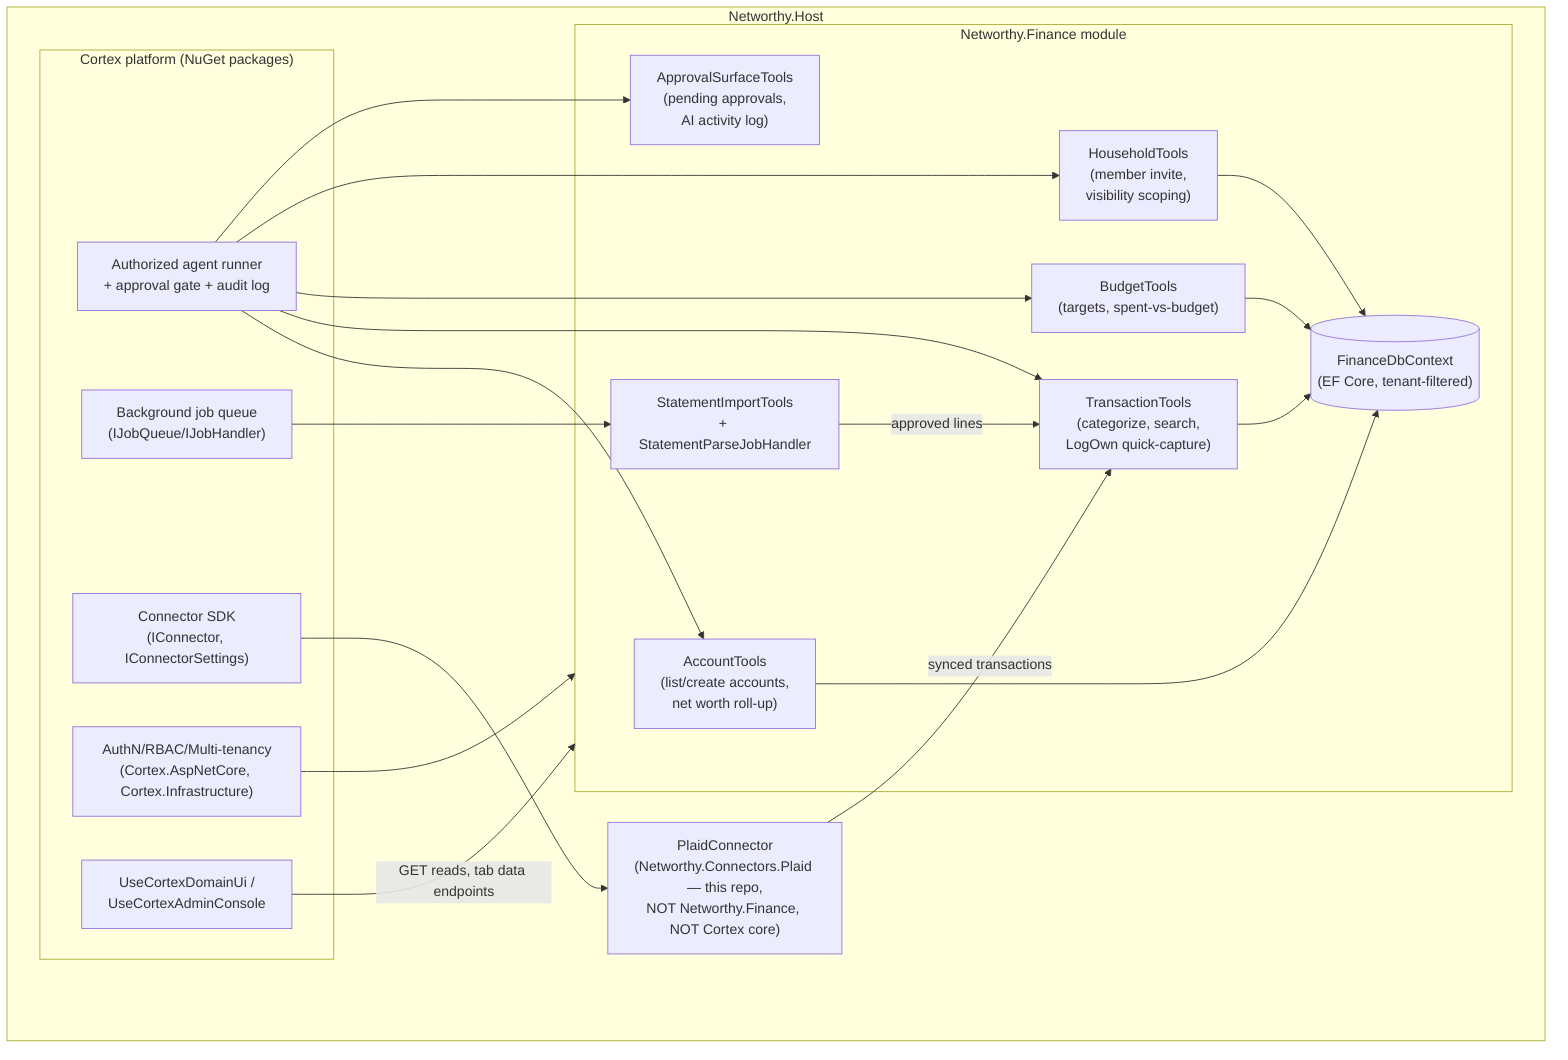
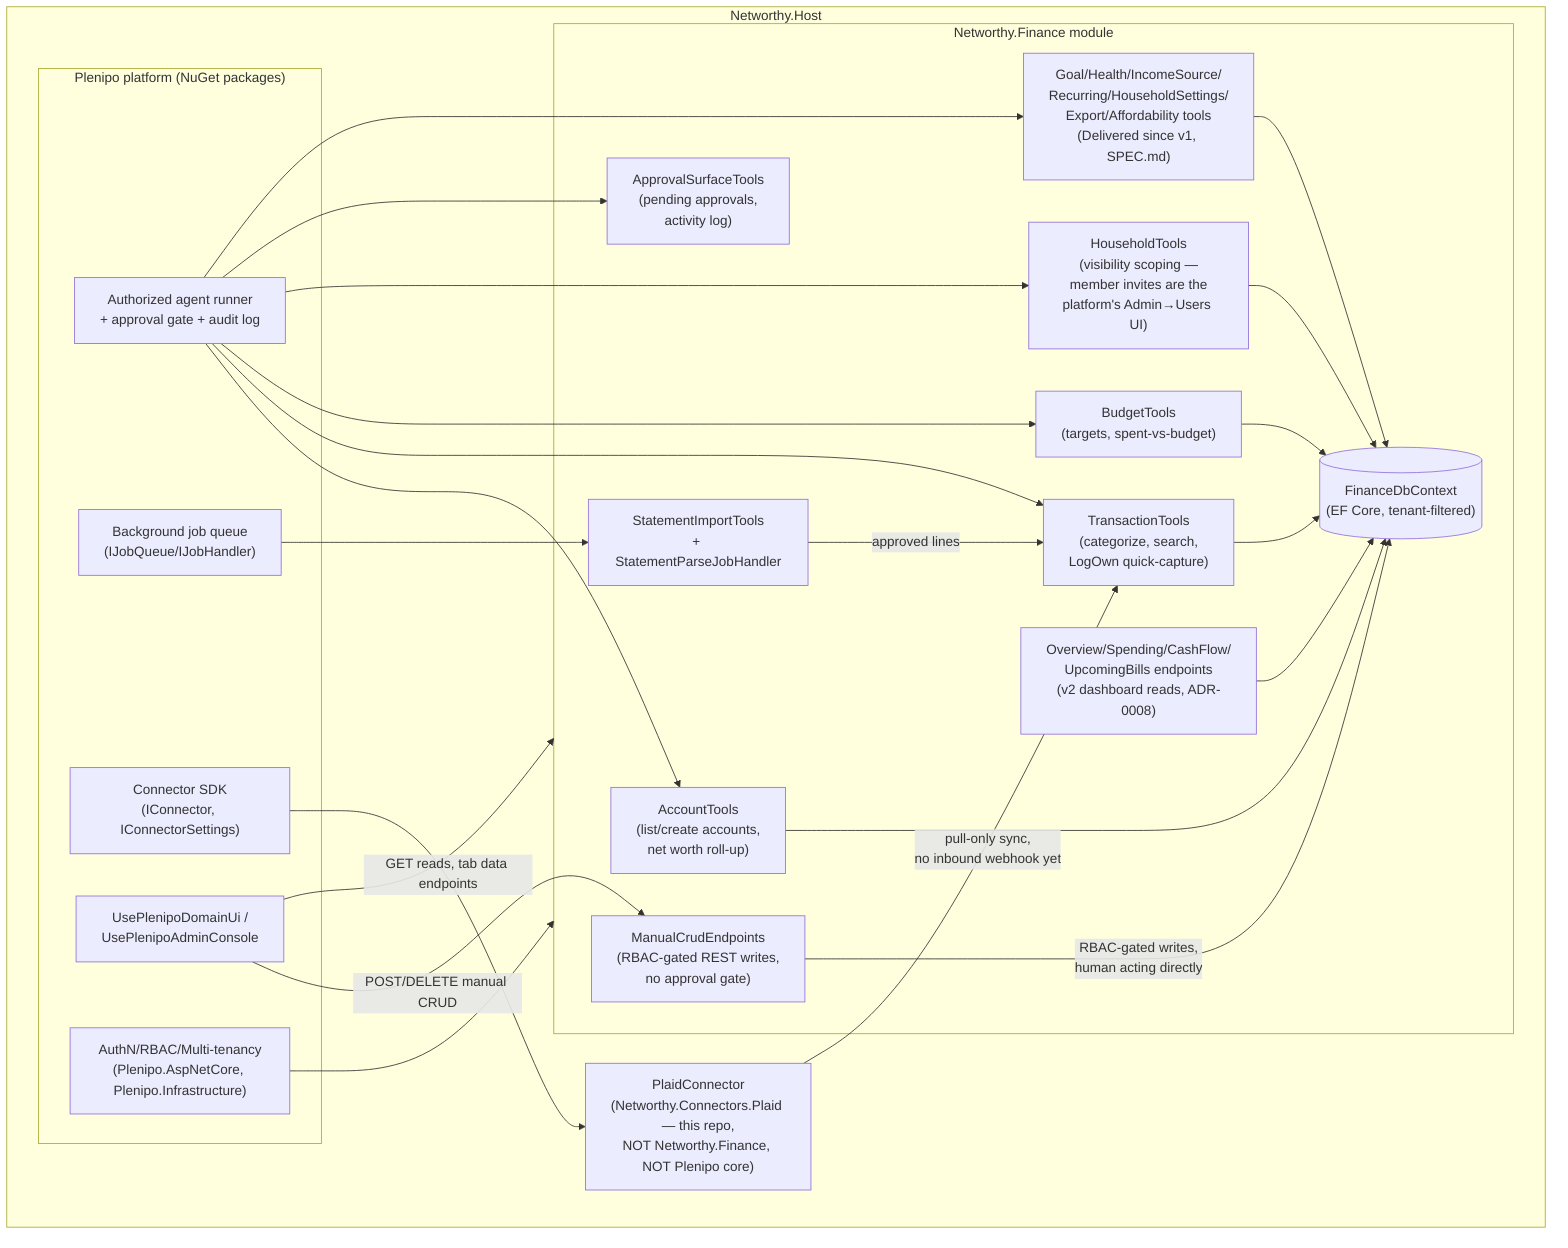
%% C4 Component (L3) — inside Networthy.Host
graph TB
    subgraph host["Networthy.Host"]
-         subgraph platform["Cortex platform (NuGet packages)"]
-             auth["AuthN/RBAC/Multi-tenancy<br/>(Cortex.AspNetCore, Cortex.Infrastructure)"]
+         subgraph platform["Plenipo platform (NuGet packages)"]
+             auth["AuthN/RBAC/Multi-tenancy<br/>(Plenipo.AspNetCore, Plenipo.Infrastructure)"]
            agentrunner["Authorized agent runner<br/>+ approval gate + audit log"]
            jobqueue["Background job queue<br/>(IJobQueue/IJobHandler)"]
            connectorsdk["Connector SDK<br/>(IConnector, IConnectorSettings)"]
-             domainui_host["UseCortexDomainUi /<br/>UseCortexAdminConsole"]
+             domainui_host["UsePlenipoDomainUi /<br/>UsePlenipoAdminConsole"]
        end

        subgraph finance["Networthy.Finance module"]
            accounttools["AccountTools<br/>(list/create accounts,<br/>net worth roll-up)"]
            txntools["TransactionTools<br/>(categorize, search,<br/>LogOwn quick-capture)"]
            importtools["StatementImportTools<br/>+ StatementParseJobHandler"]
            budgettools["BudgetTools<br/>(targets, spent-vs-budget)"]
-             householdtools["HouseholdTools<br/>(member invite,<br/>visibility scoping)"]
-             approvaltools["ApprovalSurfaceTools<br/>(pending approvals,<br/>AI activity log)"]
+             householdtools["HouseholdTools<br/>(visibility scoping —<br/>member invites are the<br/>platform's Admin→Users UI)"]
+             approvaltools["ApprovalSurfaceTools<br/>(pending approvals,<br/>activity log)"]
+             v1tools["Goal/Health/IncomeSource/<br/>Recurring/HouseholdSettings/<br/>Export/Affordability tools<br/>(Delivered since v1, SPEC.md)"]
+             readmodels["Overview/Spending/CashFlow/<br/>UpcomingBills endpoints<br/>(v2 dashboard reads, ADR-0008)"]
+             manualcrud["ManualCrudEndpoints<br/>(RBAC-gated REST writes,<br/>no approval gate)"]
            financedb[("FinanceDbContext<br/>(EF Core, tenant-filtered)")]
        end

-         plaidconnector["PlaidConnector<br/>(Networthy.Connectors.Plaid — this repo,<br/>NOT Networthy.Finance, NOT Cortex core)"]
+         plaidconnector["PlaidConnector<br/>(Networthy.Connectors.Plaid — this repo,<br/>NOT Networthy.Finance, NOT Plenipo core)"]
    end

    auth --> finance
    agentrunner --> accounttools
    agentrunner --> txntools
    agentrunner --> budgettools
    agentrunner --> householdtools
    agentrunner --> approvaltools
+     agentrunner --> v1tools
    jobqueue --> importtools
    connectorsdk --> plaidconnector
-     plaidconnector -->|synced transactions| txntools
+     plaidconnector -->|pull-only sync,<br/>no inbound webhook yet| txntools
    importtools -->|approved lines| txntools
    accounttools --> financedb
    txntools --> financedb
    budgettools --> financedb
    householdtools --> financedb
+     v1tools --> financedb
+     readmodels --> financedb
+     manualcrud -->|RBAC-gated writes,<br/>human acting directly| financedb
    domainui_host -->|GET reads, tab data endpoints| finance
+     domainui_host -->|POST/DELETE manual CRUD| manualcrud
